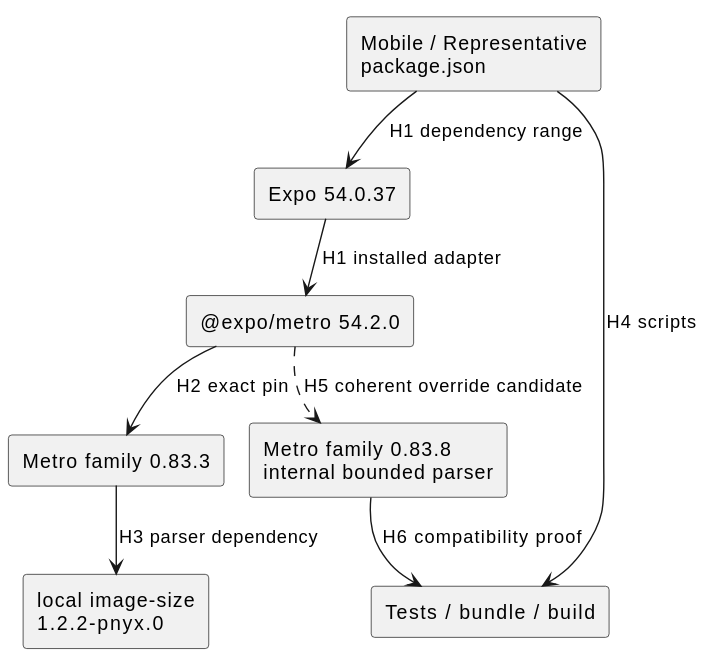
The PlantUML diagram docs/architecture/map_001.svg in NeaBouli/pnyx, before a commit.
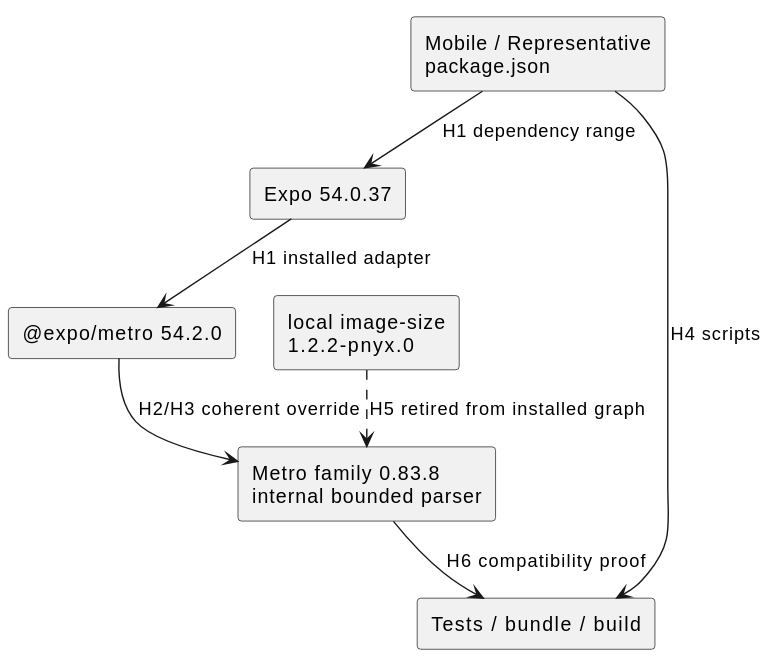
The same diagram one commit later.

Commit message:
fix(mobile): adopt Metro 0.83.8 image parser, drop image-size (T-506)

The edit, as a diff of the source:
```diff
@@ -4,16 +4,14 @@
 component "Mobile / Representative\npackage.json" as APP
 component "Expo 54.0.37" as EXPO
 component "@expo/metro 54.2.0" as EM
-component "Metro family 0.83.3" as METRO_OLD
 component "local image-size\n1.2.2-pnyx.0" as BACKPORT
 component "Metro family 0.83.8\ninternal bounded parser" as METRO_NEW
 component "Tests / bundle / build" as GATES
 
 APP --> EXPO : H1 dependency range
 EXPO --> EM : H1 installed adapter
-EM --> METRO_OLD : H2 exact pin
-METRO_OLD --> BACKPORT : H3 parser dependency
+EM --> METRO_NEW : H2/H3 coherent override
+BACKPORT ..> METRO_NEW : H5 retired from installed graph
 APP --> GATES : H4 scripts
-EM ..> METRO_NEW : H5 coherent override candidate
 METRO_NEW --> GATES : H6 compatibility proof
 @enduml
```
